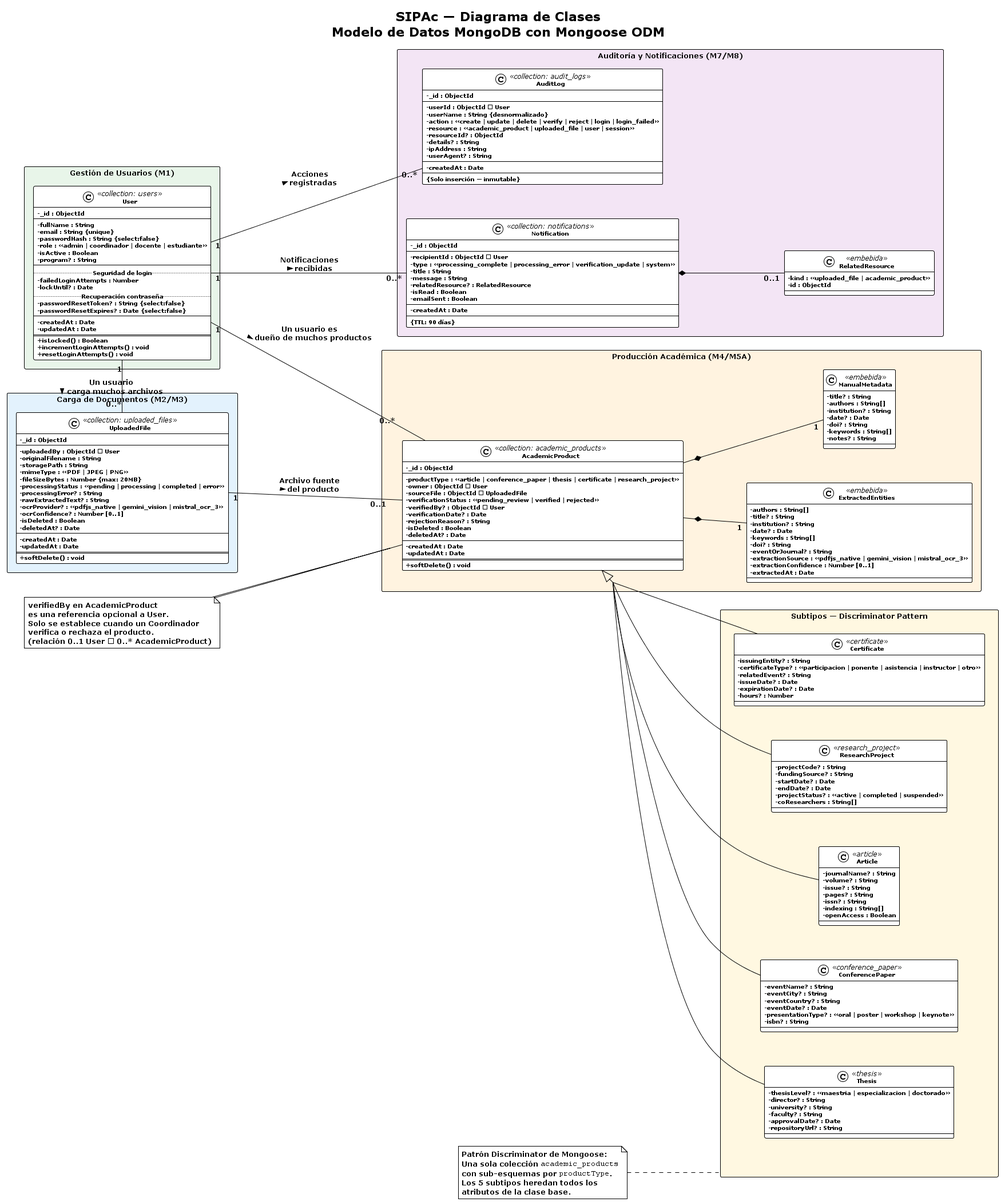
Earlier version of the PlantUML export docs/analisis-diseno/diagramas/renders/01-clases.png (KarloZ7715/SIPAc).
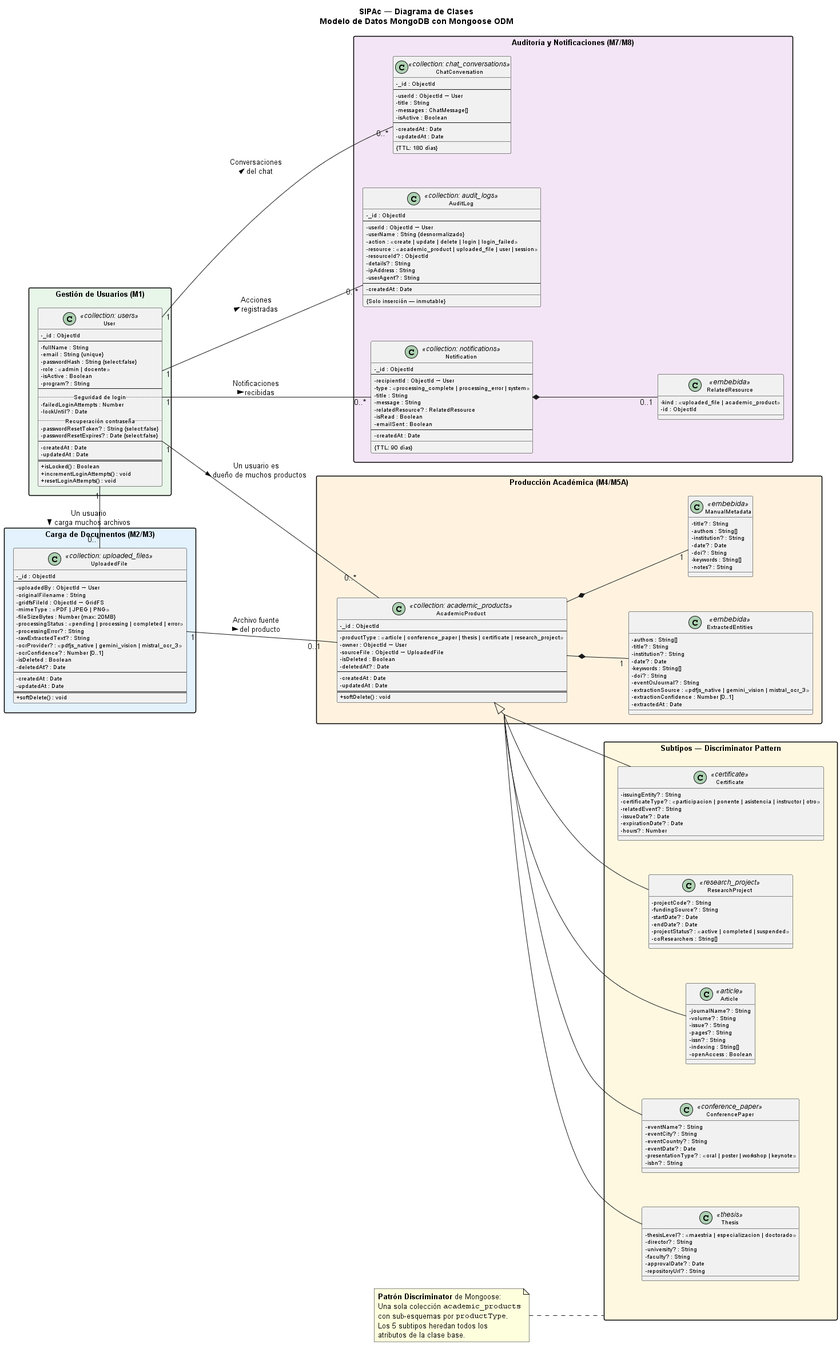
The same diagram one commit later.

Diff of the diagram source:
```diff
@@ -1,5 +1,4 @@
 @startuml 01-clases
-!theme plain
 skinparam classAttributeIconSize 0
 skinparam classFontSize 12
 skinparam classAttributeFontSize 10
@@ -22,7 +21,7 @@
     - fullName : String
     - email : String {unique}
     - passwordHash : String {select:false}
-    - role : «admin | coordinador | docente | estudiante»
+    - role : «admin | docente»
     - isActive : Boolean
     - program? : String
     --
@@ -50,7 +49,7 @@
     --
     - uploadedBy : ObjectId → User
     - originalFilename : String
-    - storagePath : String
+    - gridfsFileId : ObjectId → GridFS
     - mimeType : «PDF | JPEG | PNG»
     - fileSizeBytes : Number {max: 20MB}
     - processingStatus : «pending | processing | completed | error»
@@ -77,10 +76,6 @@
     - productType : «article | conference_paper | thesis | certificate | research_project»
     - owner : ObjectId → User
     - sourceFile : ObjectId → UploadedFile
-    - verificationStatus : «pending_review | verified | rejected»
-    - verifiedBy? : ObjectId → User
-    - verificationDate? : Date
-    - rejectionReason? : String
     - isDeleted : Boolean
     - deletedAt? : Date
     --
@@ -172,7 +167,7 @@
     --
     - userId : ObjectId → User
     - userName : String {desnormalizado}
-    - action : «create | update | delete | verify | reject | login | login_failed»
+    - action : «create | update | delete | login | login_failed»
     - resource : «academic_product | uploaded_file | user | session»
     - resourceId? : ObjectId
     - details? : String
@@ -188,7 +183,7 @@
     - _id : ObjectId
     --
     - recipientId : ObjectId → User
-    - type : «processing_complete | processing_error | verification_update | system»
+    - type : «processing_complete | processing_error | system»
     - title : String
     - message : String
     - relatedResource? : RelatedResource
@@ -203,6 +198,20 @@
   class RelatedResource <<embebida>> {
     - kind : «uploaded_file | academic_product»
     - id : ObjectId
+  }
+
+  class ChatConversation <<collection: chat_conversations>> {
+    - _id : ObjectId
+    --
+    - userId : ObjectId → User
+    - title : String
+    - messages : ChatMessage[]
+    - isActive : Boolean
+    --
+    - createdAt : Date
+    - updatedAt : Date
+    __
+    {TTL: 180 días}
   }
 
 }
@@ -223,15 +232,7 @@
 User "1" -down- "0..*" AuditLog : Acciones\nregistradas >
 User "1" -down- "0..*" Notification : Notificaciones\nrecibidas >
 UploadedFile "1" -- "0..1" AcademicProduct : Archivo fuente\ndel producto >
-
-note as N_VERIFIED
-  **verifiedBy** en AcademicProduct
-  es una referencia opcional a User.
-  Solo se establece cuando un Coordinador
-  verifica o rechaza el producto.
-  (relación 0..1 User → 0..* AcademicProduct)
-end note
-N_VERIFIED .. AcademicProduct
+User "1" -down- "0..*" ChatConversation : Conversaciones\ndel chat >
 
 note as N_DISC
   **Patrón Discriminator** de Mongoose:
```
